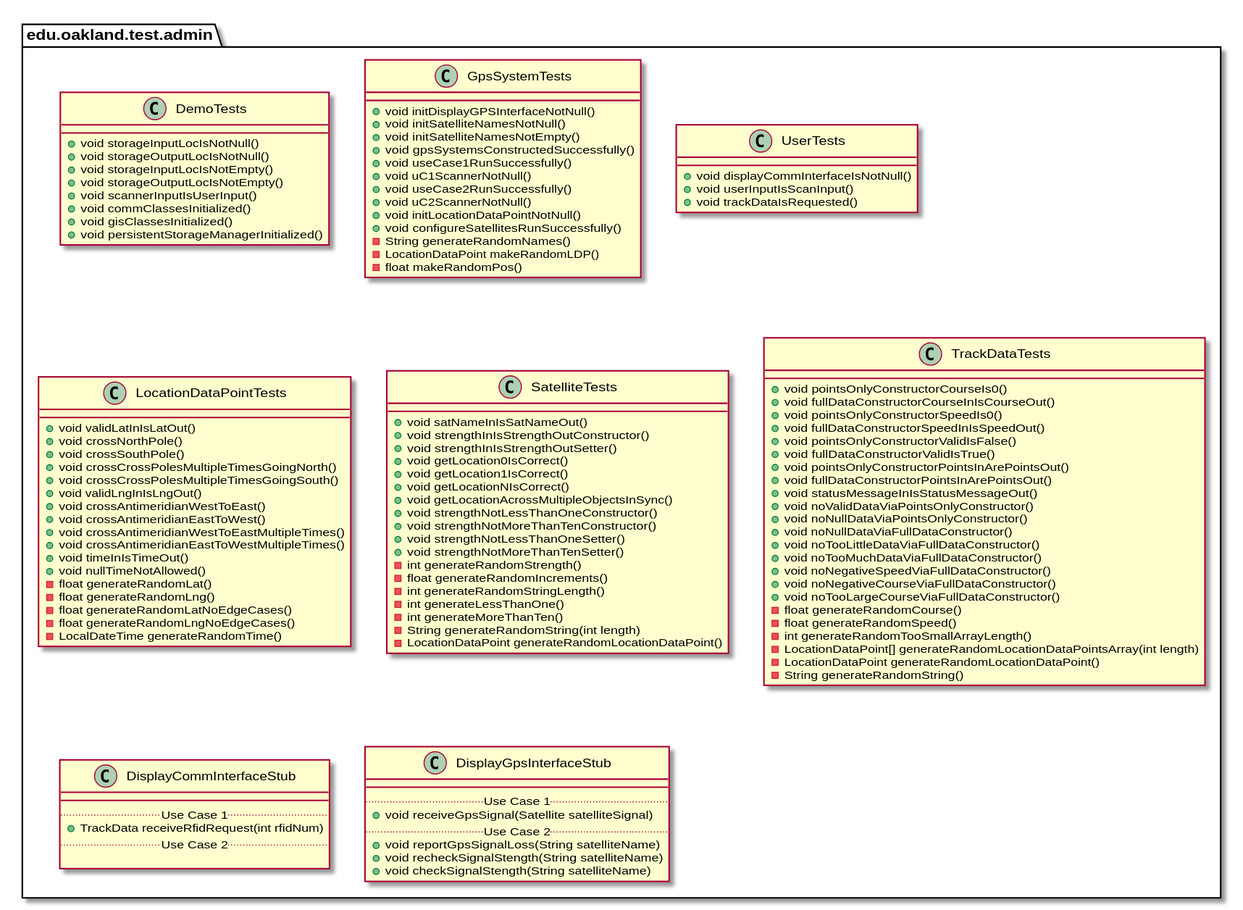
The PlantUML diagram docs/uml-class-diagrams/admin/test/AdminTestPackage.svg in andrewdimmer/csi-3370-software-project, before a commit.
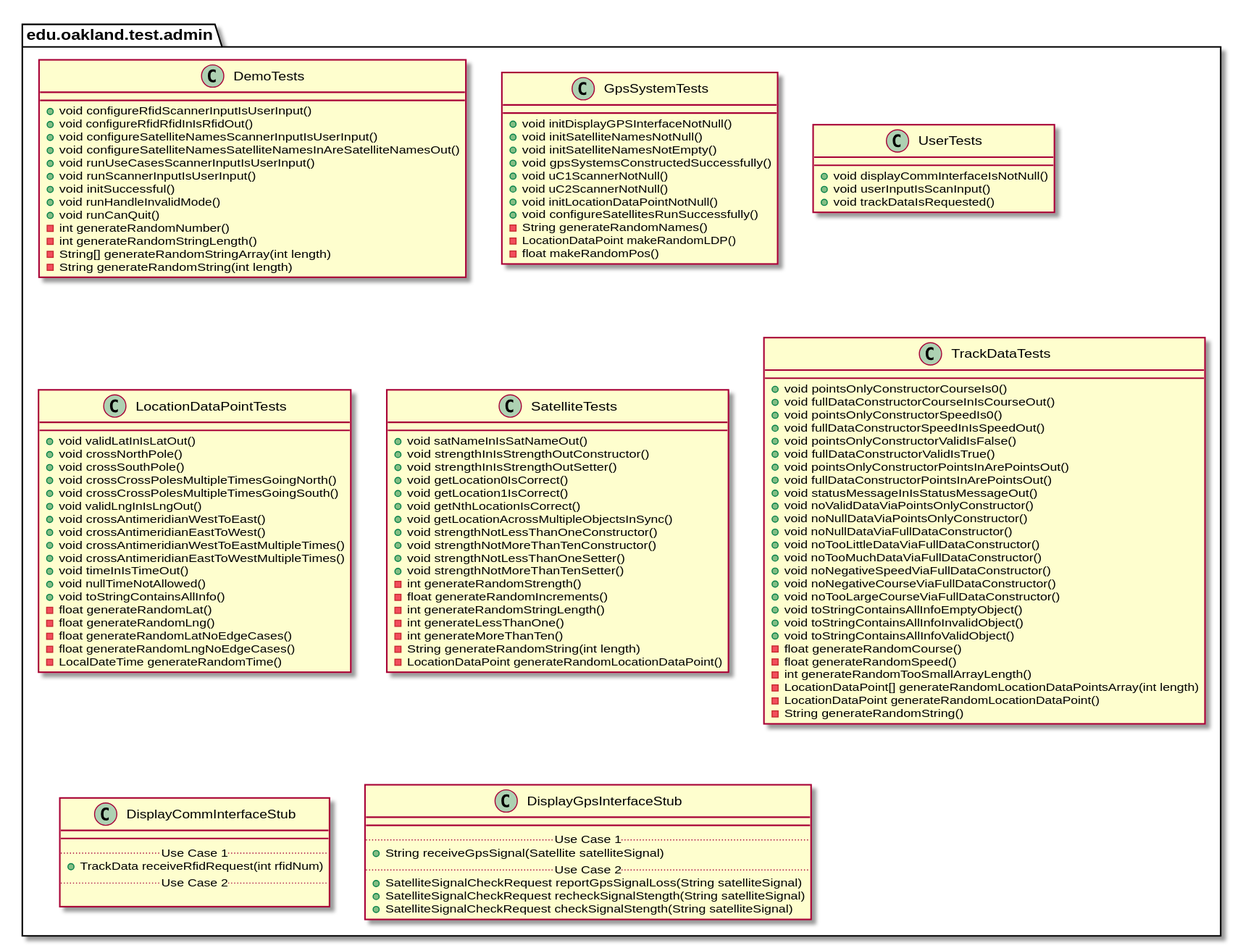
After the commit.

Diff of the diagram source:
```diff
@@ -7,14 +7,19 @@
 
 package edu.oakland.test.admin {
     class DemoTests {
-        + void storageInputLocIsNotNull()
-        + void storageOutputLocIsNotNull()
-        + void storageInputLocIsNotEmpty()
-        + void storageOutputLocIsNotEmpty()
-        + void scannerInputIsUserInput()
-        + void commClassesInitialized()
-        + void gisClassesInitialized()
-        + void persistentStorageManagerInitialized()
+        + void configureRfidScannerInputIsUserInput()
+        + void configureRfidRfidInIsRfidOut()
+        + void configureSatelliteNamesScannerInputIsUserInput()
+        + void configureSatelliteNamesSatelliteNamesInAreSatelliteNamesOut()
+        + void runUseCasesScannerInputIsUserInput()
+        + void runScannerInputIsUserInput()
+        + void initSuccessful()
+        + void runHandleInvalidMode()
+        + void runCanQuit()
+        - int generateRandomNumber()
+        - int generateRandomStringLength()
+        - String[] generateRandomStringArray(int length)
+        - String generateRandomString(int length)
     }
 }
 
@@ -25,9 +30,7 @@
         + void initSatelliteNamesNotNull()
         + void initSatelliteNamesNotEmpty()
         + void gpsSystemsConstructedSuccessfully()
-        + void useCase1RunSuccessfully()
         + void uC1ScannerNotNull()
-        + void useCase2RunSuccessfully()
         + void uC2ScannerNotNull()
         + void initLocationDataPointNotNull()
         + void configureSatellitesRunSuccessfully()
@@ -61,6 +64,7 @@
         + void crossAntimeridianEastToWestMultipleTimes()
         + void timeInIsTimeOut()
         + void nullTimeNotAllowed()
+        + void toStringContainsAllInfo()
         - float generateRandomLat()
         - float generateRandomLng()
         - float generateRandomLatNoEdgeCases()
@@ -77,7 +81,7 @@
        + void strengthInIsStrengthOutSetter()
        + void getLocation0IsCorrect()
        + void getLocation1IsCorrect()
-       + void getLocationNIsCorrect()
+       + void getNthLocationIsCorrect()
        + void getLocationAcrossMultipleObjectsInSync()
        + void strengthNotLessThanOneConstructor()
        + void strengthNotMoreThanTenConstructor()
@@ -113,6 +117,9 @@
         + void noNegativeSpeedViaFullDataConstructor()
         + void noNegativeCourseViaFullDataConstructor()
         + void noTooLargeCourseViaFullDataConstructor()
+        + void toStringContainsAllInfoEmptyObject()
+        + void toStringContainsAllInfoInvalidObject()
+        + void toStringContainsAllInfoValidObject()
         - float generateRandomCourse()
         - float generateRandomSpeed()
         - int generateRandomTooSmallArrayLength()
@@ -138,11 +145,11 @@
     class DisplayGpsInterfaceStub {
         __
         .. Use Case 1 ..
-        + void receiveGpsSignal(Satellite satelliteSignal)
+        + String receiveGpsSignal(Satellite satelliteSignal)
         .. Use Case 2 ..
-        + void reportGpsSignalLoss(String satelliteName)
-        + void recheckSignalStength(String satelliteName)
-        + void checkSignalStength(String satelliteName)
+        + SatelliteSignalCheckRequest reportGpsSignalLoss(String satelliteSignal)
+        + SatelliteSignalCheckRequest recheckSignalStength(String satelliteSignal)
+        + SatelliteSignalCheckRequest checkSignalStength(String satelliteSignal)
     }
 }
 
```
